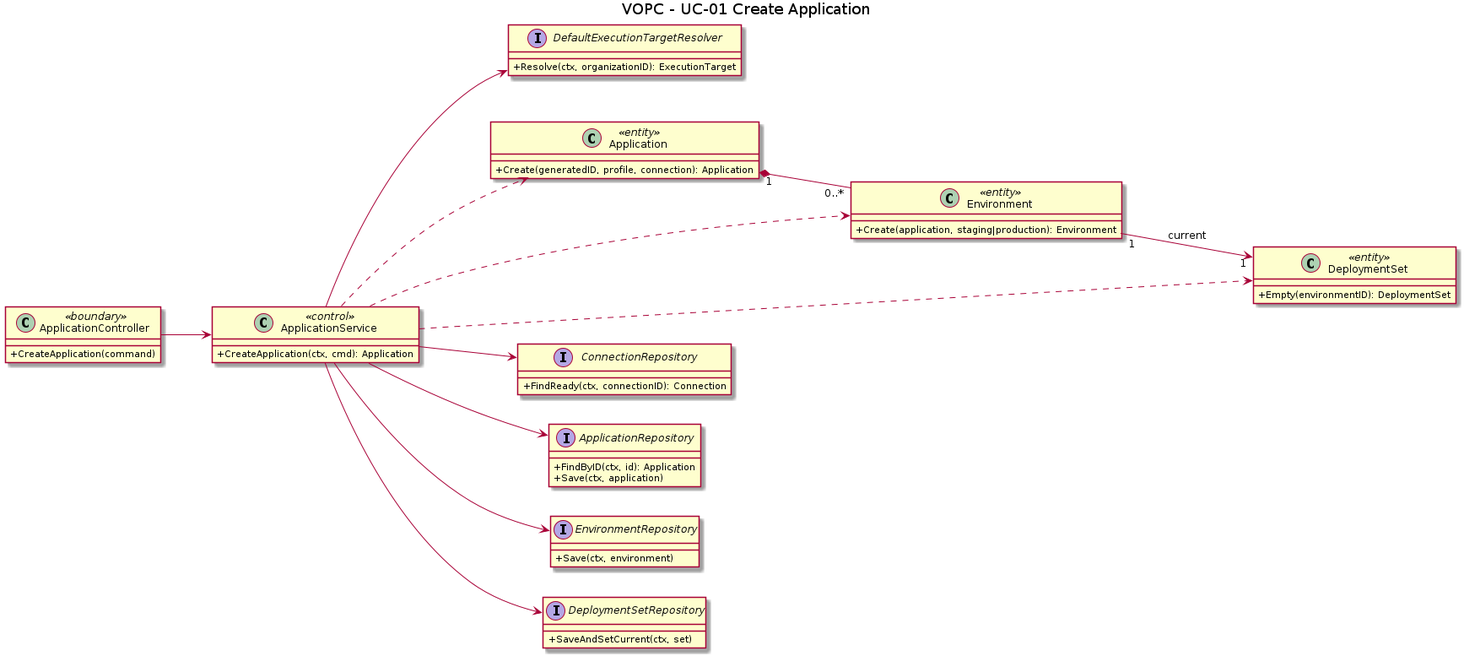
This is orchestrator_docs/usecase/UC-01/vopc.png from pr3s3nt/poc, a PlantUML export, as it was before one commit. Its source is kept beside it as orchestrator_docs/usecase/UC-01/vopc.puml. Source of this version:
```plantuml
@startuml
title VOPC - UC-01 Create Application
left to right direction
skinparam classAttributeIconSize 0
class ApplicationController <<boundary>> {
  +CreateApplication(command)
}
class ApplicationService <<control>> {
  +CreateApplication(ctx, cmd): Application
}
interface DefaultExecutionTargetResolver {
  +Resolve(ctx, organizationID): ExecutionTarget
}
class Application <<entity>> {
  +Create(generatedID, profile, connection): Application
}
class Environment <<entity>> {
  +Create(application, staging|production): Environment
}
class DeploymentSet <<entity>> {
  +Empty(environmentID): DeploymentSet
}
interface ConnectionRepository {
  +FindReady(ctx, connectionID): Connection
}
interface ApplicationRepository {
  +FindByID(ctx, id): Application
  +Save(ctx, application)
}
interface EnvironmentRepository {
  +Save(ctx, environment)
}
interface DeploymentSetRepository {
  +SaveAndSetCurrent(ctx, set)
}
ApplicationController --> ApplicationService
ApplicationService --> DefaultExecutionTargetResolver
ApplicationService --> ConnectionRepository
ApplicationService --> ApplicationRepository
ApplicationService --> EnvironmentRepository
ApplicationService --> DeploymentSetRepository
ApplicationService ..> Application
ApplicationService ..> Environment
ApplicationService ..> DeploymentSet
Application "1" *-- "0..*" Environment
Environment "1" --> "1" DeploymentSet : current
@enduml
```
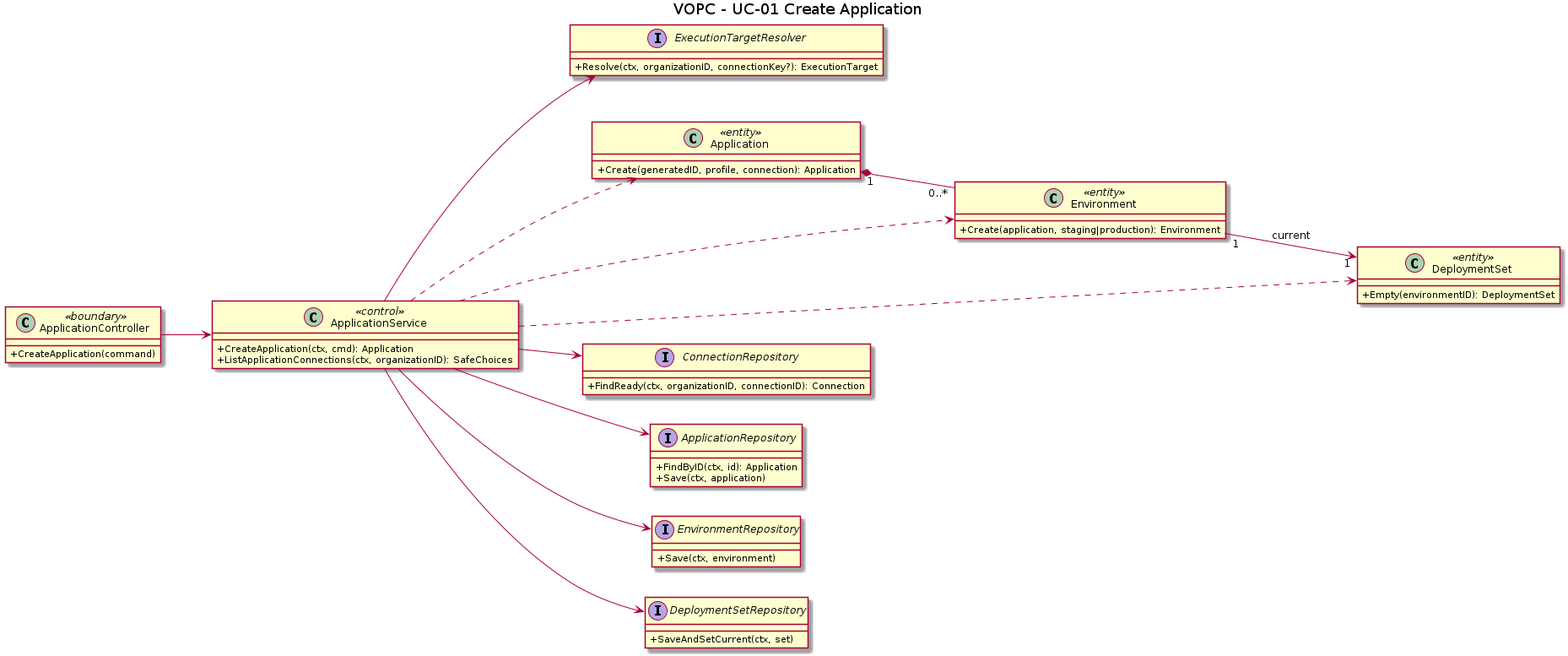
Later version of the same file.

What changed in the source:
```diff
@@ -7,9 +7,10 @@
 }
 class ApplicationService <<control>> {
   +CreateApplication(ctx, cmd): Application
+  +ListApplicationConnections(ctx, organizationID): SafeChoices
 }
-interface DefaultExecutionTargetResolver {
-  +Resolve(ctx, organizationID): ExecutionTarget
+interface ExecutionTargetResolver {
+  +Resolve(ctx, organizationID, connectionKey?): ExecutionTarget
 }
 class Application <<entity>> {
   +Create(generatedID, profile, connection): Application
@@ -21,7 +22,7 @@
   +Empty(environmentID): DeploymentSet
 }
 interface ConnectionRepository {
-  +FindReady(ctx, connectionID): Connection
+  +FindReady(ctx, organizationID, connectionID): Connection
 }
 interface ApplicationRepository {
   +FindByID(ctx, id): Application
@@ -34,7 +35,7 @@
   +SaveAndSetCurrent(ctx, set)
 }
 ApplicationController --> ApplicationService
-ApplicationService --> DefaultExecutionTargetResolver
+ApplicationService --> ExecutionTargetResolver
 ApplicationService --> ConnectionRepository
 ApplicationService --> ApplicationRepository
 ApplicationService --> EnvironmentRepository
```
